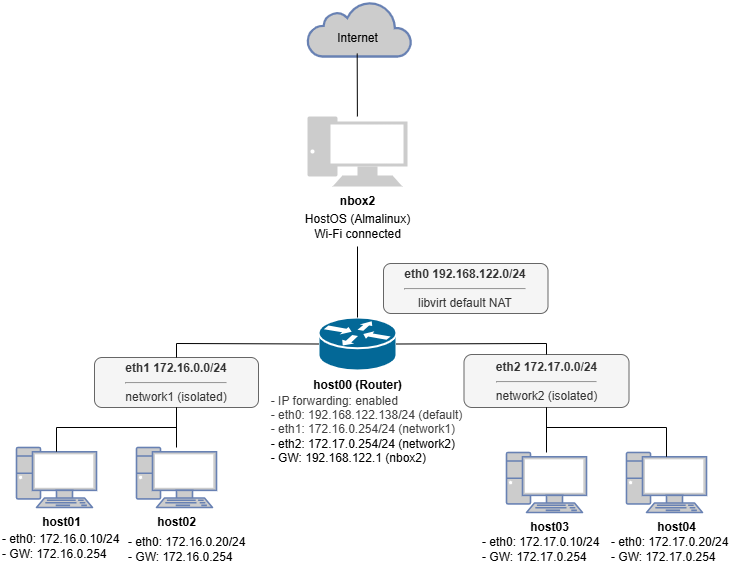
The draw.io diagram architecture/network-diagram.drawio.png in haru186f/kvm-network-lab, before a commit. Source tidied: cells renumbered, new cells last; positions are measured from the earlier drawing's top-left corner, leaving out a move shared by most shapes.
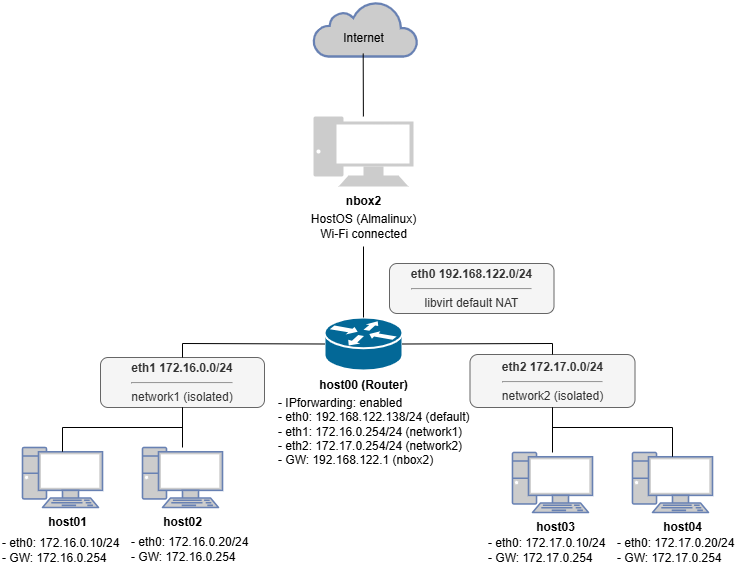
Later version of the same file.

Diff of the diagram source:
```diff
@@ -8,9 +8,6 @@
     <mxCell id="3" value="&lt;b&gt;host00 (Router)&lt;br&gt;&lt;/b&gt;" style="text;html=1;align=center;verticalAlign=middle;strokeColor=none;fillColor=none;" parent="1" vertex="1">
       <mxGeometry x="302" y="369" width="110" height="30" as="geometry" />
     </mxCell>
-    <mxCell id="4" value="&lt;div&gt;&lt;span style=&quot;background-color: transparent;&quot;&gt;&lt;font style=&quot;color: rgb(0, 0, 0);&quot;&gt;&lt;div style=&quot;text-align: left;&quot;&gt;&lt;span style=&quot;background-color: transparent; color: rgb(63, 63, 63);&quot;&gt;- IP forwarding: enabled&lt;br&gt;- eth0: 192.168.122.138/24 (default)&lt;/span&gt;&lt;/div&gt;&lt;div style=&quot;text-align: left;&quot;&gt;&lt;span style=&quot;background-color: transparent; color: rgb(63, 63, 63);&quot;&gt;- eth1: 172.16.0.254/24 (network1)&lt;/span&gt;&lt;/div&gt;&lt;/font&gt;&lt;/span&gt;&lt;/div&gt;&lt;div&gt;&lt;div style=&quot;text-align: left;&quot;&gt;&lt;span style=&quot;background-color: transparent;&quot;&gt;&lt;font style=&quot;color: rgb(0, 0, 0);&quot;&gt;- eth2: 172.17.0.254/24 (network2)&lt;/font&gt;&lt;/span&gt;&lt;/div&gt;&lt;font style=&quot;color: rgb(0, 0, 0);&quot;&gt;&lt;div style=&quot;text-align: left;&quot;&gt;&lt;span style=&quot;background-color: transparent;&quot;&gt;- GW: 192.168.122.1 (nbox2)&lt;/span&gt;&lt;/div&gt;&lt;/font&gt;&lt;/div&gt;" style="text;html=1;align=center;verticalAlign=middle;strokeColor=none;fillColor=none;" parent="1" vertex="1">
-      <mxGeometry x="261" y="386" width="209" height="84" as="geometry" />
-    </mxCell>
     <mxCell id="5" value="&lt;b&gt;eth0 192.168.122.0/24&lt;br&gt;&lt;/b&gt;&lt;hr&gt;libvirt default NAT" style="rounded=1;whiteSpace=wrap;html=1;fillStyle=auto;fillColor=#f5f5f5;fontColor=#333333;strokeColor=#666666;gradientColor=none;align=center;" parent="1" vertex="1">
       <mxGeometry x="383" y="262" width="164.5" height="50" as="geometry" />
     </mxCell>
@@ -104,23 +101,26 @@
     <mxCell id="29" value="&lt;b&gt;host02&lt;/b&gt;" style="text;html=1;align=center;verticalAlign=middle;strokeColor=none;fillColor=none;" parent="1" vertex="1">
       <mxGeometry x="146" y="506" width="60" height="30" as="geometry" />
     </mxCell>
-    <mxCell id="30" value="- eth0: 172.16.0.10/24&lt;br&gt;- GW: 172.16.0.254" style="text;html=1;align=left;verticalAlign=middle;strokeColor=none;fillColor=none;" parent="1" vertex="1">
-      <mxGeometry y="524" width="135" height="41" as="geometry" />
-    </mxCell>
     <mxCell id="31" value="- eth0: 172.16.0.20/24&lt;br&gt;- GW: 172.16.0.254" style="text;html=1;align=left;verticalAlign=middle;strokeColor=none;fillColor=none;" parent="1" vertex="1">
-      <mxGeometry x="126" y="527" width="135" height="41" as="geometry" />
+      <mxGeometry x="123" y="527" width="135" height="41" as="geometry" />
     </mxCell>
     <mxCell id="32" value="- eth0: 172.17.0.10/24&lt;br&gt;- GW: 172.17.0.254" style="text;html=1;align=left;verticalAlign=middle;strokeColor=none;fillColor=none;" parent="1" vertex="1">
       <mxGeometry x="480" y="528" width="135" height="41" as="geometry" />
     </mxCell>
-    <mxCell id="33" value="- eth0: 172.17.0.20/24&lt;br&gt;&lt;div style=&quot;&quot;&gt;&lt;span style=&quot;background-color: transparent;&quot;&gt;- GW: 172.17.0.254&lt;/span&gt;&lt;/div&gt;" style="text;html=1;align=left;verticalAlign=middle;strokeColor=none;fillColor=none;" parent="1" vertex="1">
-      <mxGeometry x="608.5" y="528" width="135" height="41" as="geometry" />
-    </mxCell>
     <mxCell id="34" style="html=1;rounded=0;curved=0;endArrow=none;endFill=0;" parent="1" edge="1" source="20" target="23">
       <mxGeometry relative="1" as="geometry" />
     </mxCell>
     <mxCell id="35" style="edgeStyle=none;html=1;entryX=0.5;entryY=0;entryDx=0;entryDy=0;entryPerimeter=0;endArrow=none;endFill=0;rounded=0;curved=0;" parent="1" edge="1" source="25" target="2">
       <mxGeometry relative="1" as="geometry" />
     </mxCell>
+    <mxCell id="30" value="- eth0: 172.16.0.10/24&lt;br&gt;- GW: 172.16.0.254" style="text;html=1;align=left;verticalAlign=middle;strokeColor=none;fillColor=none;" parent="1" vertex="1">
+      <mxGeometry x="-6.5" y="528" width="135" height="41" as="geometry" />
+    </mxCell>
+    <mxCell id="36" value="&lt;span style=&quot;background-color: transparent;&quot;&gt;&lt;font style=&quot;color: rgb(0, 0, 0);&quot;&gt;&lt;p style=&quot;&quot;&gt;&lt;span style=&quot;background-color: transparent;&quot;&gt;&lt;br&gt;&lt;/span&gt;&lt;/p&gt;&lt;p style=&quot;&quot;&gt;&lt;span style=&quot;background-color: transparent;&quot;&gt;&lt;font style=&quot;color: rgb(0, 0, 0);&quot;&gt;- IPforwarding: enabled&lt;br&gt;- eth0: 192.168.122.138/24 (default)&lt;br&gt;- eth1: 172.16.0.254/24 (network1)&lt;br&gt;- eth2: 172.17.0.254/24 (network2)&lt;br&gt;&lt;/font&gt;&lt;/span&gt;&lt;span style=&quot;background-color: transparent;&quot;&gt;&lt;font style=&quot;color: rgb(0, 0, 0);&quot;&gt;- GW: 192.168.122.1 (nbox2)&lt;/font&gt;&lt;/span&gt;&lt;/p&gt;&lt;/font&gt;&lt;/span&gt;" style="text;html=1;align=left;verticalAlign=middle;strokeColor=none;fillColor=none;" parent="1" vertex="1">
+      <mxGeometry x="270" y="350" width="209" height="134" as="geometry" />
+    </mxCell>
+    <mxCell id="33" value="- eth0: 172.17.0.20/24&lt;br&gt;- GW: 172.17.0.254" style="text;html=1;align=left;verticalAlign=middle;strokeColor=none;fillColor=none;" parent="1" vertex="1">
+      <mxGeometry x="608.5" y="528" width="135" height="41" as="geometry" />
+    </mxCell>
   </root>
 </mxGraphModel>
```
